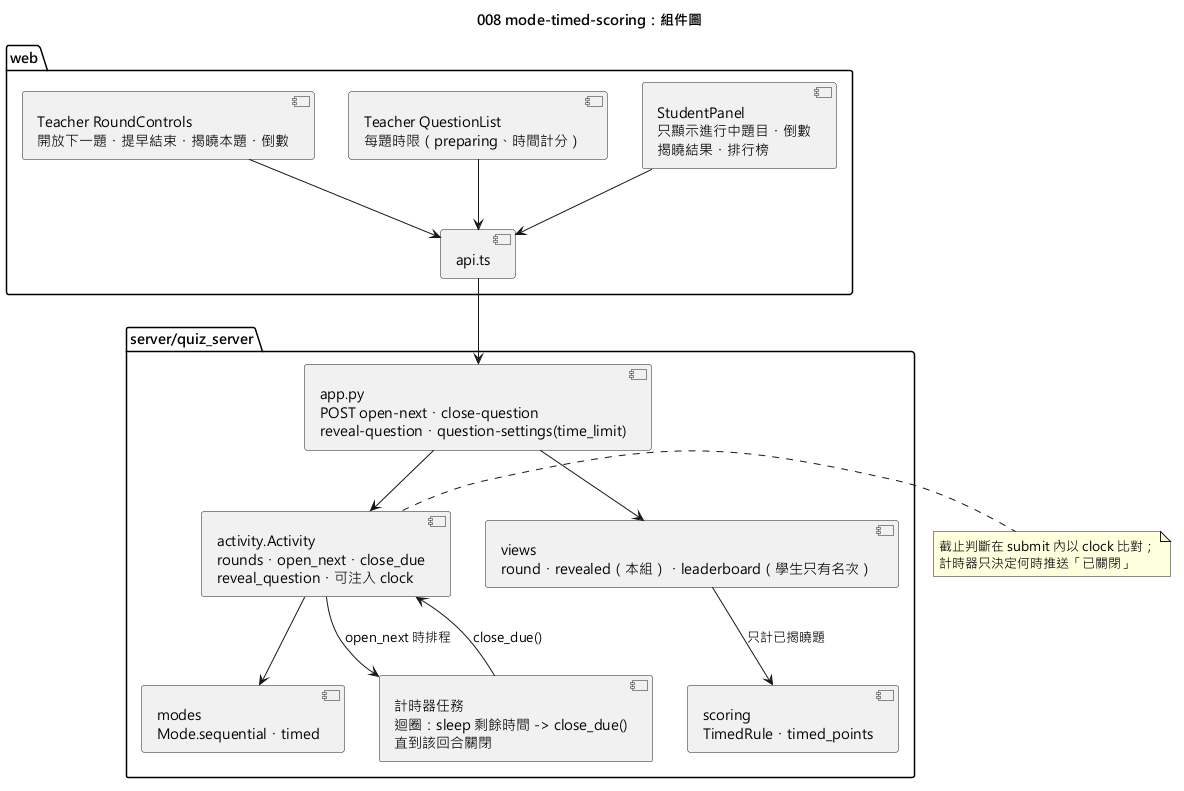
The PlantUML diagram diagrams/008-mode-timed-scoring-component.png in yue083139/software_fin-speckit, before a commit.
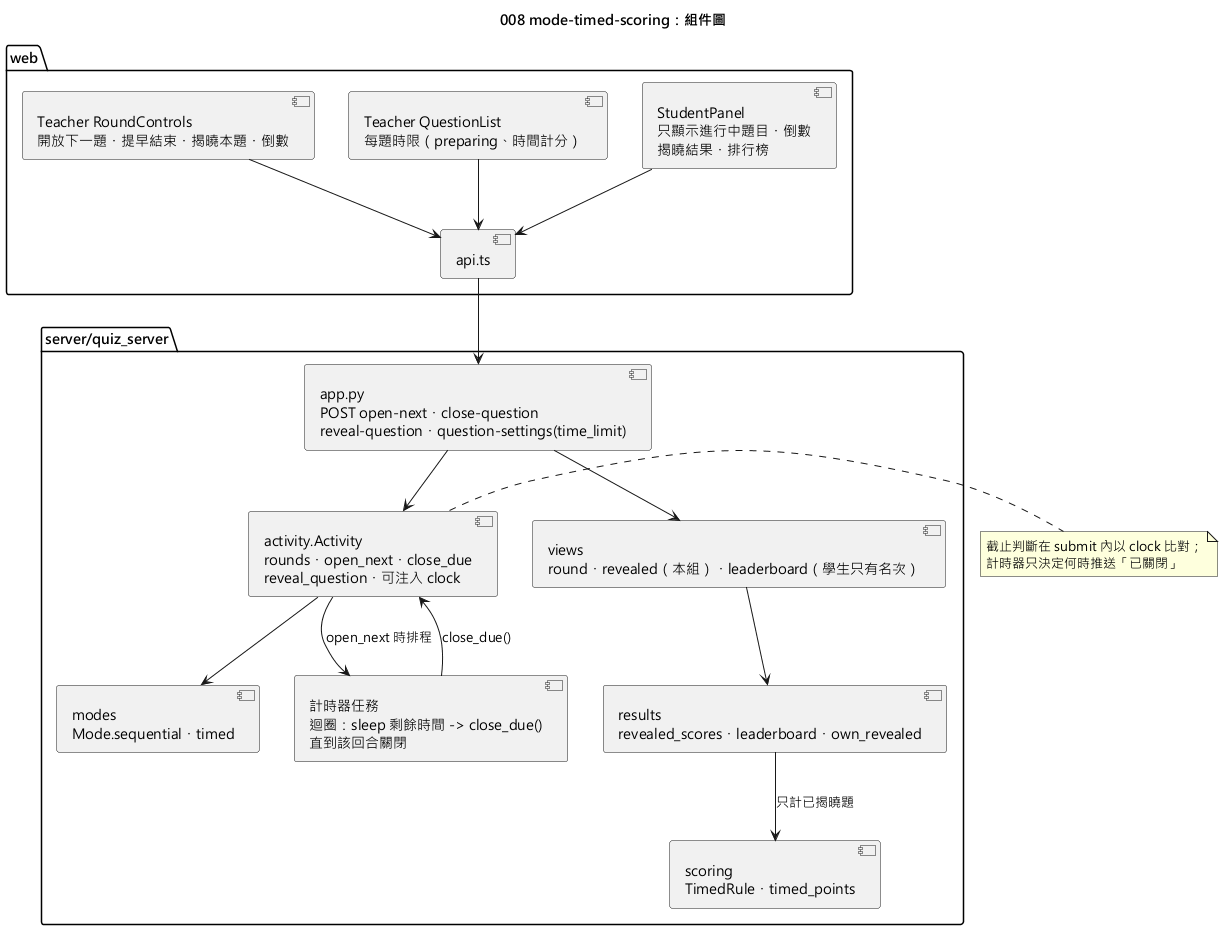
The same file after the commit.

Change to the diagram source:
```diff
@@ -16,6 +16,7 @@
   [計時器任務\n迴圈：sleep 剩餘時間 -> close_due()\n直到該回合關閉] as Timer
   [scoring\nTimedRule・timed_points] as Scoring
   [views\nround・revealed（本組）・leaderboard（學生只有名次）] as Views
+  [results\nrevealed_scores・leaderboard・own_revealed] as Results
 }
 
 TRound --> Api
@@ -26,7 +27,8 @@
 Act --> Modes
 Act --> Timer : open_next 時排程
 Timer --> Act : close_due()
-Views --> Scoring : 只計已揭曉題
+Views --> Results
+Results --> Scoring : 只計已揭曉題
 App --> Views
 
 note right of Act
```
